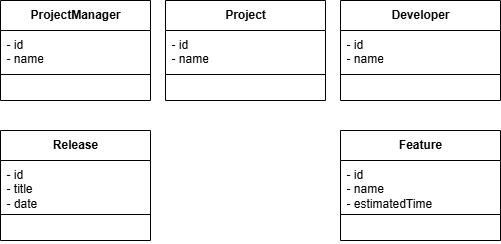
This is lab1/problem3.png from johnansa-miu/mpp, a draw.io export, as it was before one commit. Source tidied: cells renumbered, new cells last; positions are measured from the earlier drawing's top-left corner, leaving out a move shared by most shapes. Source of this version:
```xml
<mxGraphModel>
  <root>
    <mxCell id="0" />
    <mxCell id="1" parent="0" />
    <mxCell id="2" value="ProjectManager" style="swimlane;fontStyle=1;align=center;verticalAlign=top;horizontal=1;startSize=30;whiteSpace=wrap;html=1;" parent="1" vertex="1">
      <mxGeometry width="150" height="100" as="geometry" />
    </mxCell>
    <mxCell id="3" value="- id&amp;nbsp;&lt;div&gt;- name&lt;/div&gt;" style="text;strokeColor=none;fillColor=none;align=left;verticalAlign=top;spacingLeft=4;spacingRight=4;overflow=hidden;whiteSpace=wrap;html=1;" parent="2" vertex="1">
      <mxGeometry y="30" width="150" height="40" as="geometry" />
    </mxCell>
    <mxCell id="4" style="line;strokeWidth=1;fillColor=none;align=left;verticalAlign=middle;spacingTop=-1;spacingLeft=3;spacingRight=3;labelPosition=right;strokeColor=inherit;" parent="2" vertex="1">
      <mxGeometry y="70" width="150" height="8" as="geometry" />
    </mxCell>
    <mxCell id="5" value="&lt;br&gt;&lt;div&gt;&lt;br&gt;&lt;/div&gt;&lt;div&gt;&lt;br&gt;&lt;/div&gt;&lt;div&gt;&lt;br&gt;&lt;/div&gt;" style="text;strokeColor=none;fillColor=none;align=left;verticalAlign=top;spacingLeft=4;spacingRight=4;overflow=hidden;whiteSpace=wrap;html=1;" parent="2" vertex="1">
      <mxGeometry y="78" width="150" height="22" as="geometry" />
    </mxCell>
    <mxCell id="6" value="Project" style="swimlane;fontStyle=1;align=center;verticalAlign=top;horizontal=1;startSize=30;whiteSpace=wrap;html=1;" parent="1" vertex="1">
      <mxGeometry x="165" width="160" height="100" as="geometry" />
    </mxCell>
    <mxCell id="7" value="- id&amp;nbsp;&lt;div&gt;- name&lt;/div&gt;" style="text;strokeColor=none;fillColor=none;align=left;verticalAlign=top;spacingLeft=4;spacingRight=4;overflow=hidden;whiteSpace=wrap;html=1;" parent="6" vertex="1">
      <mxGeometry y="30" width="160" height="40" as="geometry" />
    </mxCell>
    <mxCell id="8" style="line;strokeWidth=1;fillColor=none;align=left;verticalAlign=middle;spacingTop=-1;spacingLeft=3;spacingRight=3;labelPosition=right;strokeColor=inherit;" parent="6" vertex="1">
      <mxGeometry y="70" width="160" height="8" as="geometry" />
    </mxCell>
    <mxCell id="9" value="&lt;br&gt;&lt;div&gt;&lt;br&gt;&lt;/div&gt;&lt;div&gt;&lt;br&gt;&lt;/div&gt;&lt;div&gt;&lt;br&gt;&lt;/div&gt;" style="text;strokeColor=none;fillColor=none;align=left;verticalAlign=top;spacingLeft=4;spacingRight=4;overflow=hidden;whiteSpace=wrap;html=1;" parent="6" vertex="1">
      <mxGeometry y="78" width="160" height="22" as="geometry" />
    </mxCell>
    <mxCell id="10" value="Release" style="swimlane;fontStyle=1;align=center;verticalAlign=top;horizontal=1;startSize=30;whiteSpace=wrap;html=1;" parent="1" vertex="1">
      <mxGeometry y="130" width="150" height="110" as="geometry" />
    </mxCell>
    <mxCell id="11" value="- id&amp;nbsp;&lt;div&gt;- title&lt;/div&gt;&lt;div&gt;&lt;span style=&quot;background-color: transparent; color: light-dark(rgb(0, 0, 0), rgb(255, 255, 255));&quot;&gt;- date&lt;/span&gt;&lt;/div&gt;" style="text;strokeColor=none;fillColor=none;align=left;verticalAlign=top;spacingLeft=4;spacingRight=4;overflow=hidden;whiteSpace=wrap;html=1;" parent="10" vertex="1">
      <mxGeometry y="30" width="150" height="50" as="geometry" />
    </mxCell>
    <mxCell id="12" style="line;strokeWidth=1;fillColor=none;align=left;verticalAlign=middle;spacingTop=-1;spacingLeft=3;spacingRight=3;labelPosition=right;strokeColor=inherit;" parent="10" vertex="1">
      <mxGeometry y="80" width="150" height="8" as="geometry" />
    </mxCell>
    <mxCell id="13" value="&lt;br&gt;&lt;div&gt;&lt;br&gt;&lt;/div&gt;&lt;div&gt;&lt;br&gt;&lt;/div&gt;&lt;div&gt;&lt;br&gt;&lt;/div&gt;" style="text;strokeColor=none;fillColor=none;align=left;verticalAlign=top;spacingLeft=4;spacingRight=4;overflow=hidden;whiteSpace=wrap;html=1;" parent="10" vertex="1">
      <mxGeometry y="88" width="150" height="22" as="geometry" />
    </mxCell>
    <mxCell id="14" value="Feature" style="swimlane;fontStyle=1;align=center;verticalAlign=top;horizontal=1;startSize=30;whiteSpace=wrap;html=1;" parent="1" vertex="1">
      <mxGeometry x="340" y="130" width="160" height="110" as="geometry" />
    </mxCell>
    <mxCell id="15" value="- id&amp;nbsp;&lt;div&gt;- name&lt;/div&gt;&lt;div&gt;&lt;span style=&quot;background-color: transparent; color: light-dark(rgb(0, 0, 0), rgb(255, 255, 255));&quot;&gt;- estimatedTime&lt;/span&gt;&lt;/div&gt;" style="text;strokeColor=none;fillColor=none;align=left;verticalAlign=top;spacingLeft=4;spacingRight=4;overflow=hidden;whiteSpace=wrap;html=1;" parent="14" vertex="1">
      <mxGeometry y="30" width="160" height="50" as="geometry" />
    </mxCell>
    <mxCell id="16" style="line;strokeWidth=1;fillColor=none;align=left;verticalAlign=middle;spacingTop=-1;spacingLeft=3;spacingRight=3;labelPosition=right;strokeColor=inherit;" parent="14" vertex="1">
      <mxGeometry y="80" width="160" height="8" as="geometry" />
    </mxCell>
    <mxCell id="17" value="&lt;br&gt;&lt;div&gt;&lt;br&gt;&lt;/div&gt;&lt;div&gt;&lt;br&gt;&lt;/div&gt;&lt;div&gt;&lt;br&gt;&lt;/div&gt;" style="text;strokeColor=none;fillColor=none;align=left;verticalAlign=top;spacingLeft=4;spacingRight=4;overflow=hidden;whiteSpace=wrap;html=1;" parent="14" vertex="1">
      <mxGeometry y="88" width="160" height="22" as="geometry" />
    </mxCell>
    <mxCell id="18" value="Developer" style="swimlane;fontStyle=1;align=center;verticalAlign=top;horizontal=1;startSize=30;whiteSpace=wrap;html=1;" parent="1" vertex="1">
      <mxGeometry x="340" width="160" height="100" as="geometry" />
    </mxCell>
    <mxCell id="19" value="- id&amp;nbsp;&lt;div&gt;- name&lt;/div&gt;" style="text;strokeColor=none;fillColor=none;align=left;verticalAlign=top;spacingLeft=4;spacingRight=4;overflow=hidden;whiteSpace=wrap;html=1;" parent="18" vertex="1">
      <mxGeometry y="30" width="160" height="40" as="geometry" />
    </mxCell>
    <mxCell id="20" style="line;strokeWidth=1;fillColor=none;align=left;verticalAlign=middle;spacingTop=-1;spacingLeft=3;spacingRight=3;labelPosition=right;strokeColor=inherit;" parent="18" vertex="1">
      <mxGeometry y="70" width="160" height="8" as="geometry" />
    </mxCell>
    <mxCell id="21" value="&lt;br&gt;&lt;div&gt;&lt;br&gt;&lt;/div&gt;&lt;div&gt;&lt;br&gt;&lt;/div&gt;&lt;div&gt;&lt;br&gt;&lt;/div&gt;" style="text;strokeColor=none;fillColor=none;align=left;verticalAlign=top;spacingLeft=4;spacingRight=4;overflow=hidden;whiteSpace=wrap;html=1;" parent="18" vertex="1">
      <mxGeometry y="78" width="160" height="22" as="geometry" />
    </mxCell>
  </root>
</mxGraphModel>
```
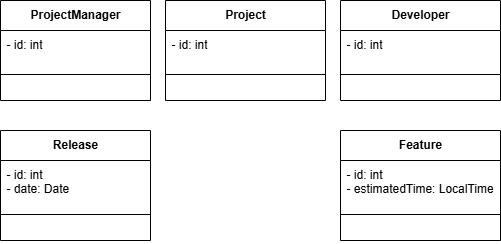
The same file after the commit.

Commit message:
Problem 4: Project Management System

Diff of the diagram source:
```diff
@@ -5,7 +5,7 @@
     <mxCell id="2" value="ProjectManager" style="swimlane;fontStyle=1;align=center;verticalAlign=top;horizontal=1;startSize=30;whiteSpace=wrap;html=1;" parent="1" vertex="1">
       <mxGeometry width="150" height="100" as="geometry" />
     </mxCell>
-    <mxCell id="3" value="- id&amp;nbsp;&lt;div&gt;- name&lt;/div&gt;" style="text;strokeColor=none;fillColor=none;align=left;verticalAlign=top;spacingLeft=4;spacingRight=4;overflow=hidden;whiteSpace=wrap;html=1;" parent="2" vertex="1">
+    <mxCell id="3" value="- id: int" style="text;strokeColor=none;fillColor=none;align=left;verticalAlign=top;spacingLeft=4;spacingRight=4;overflow=hidden;whiteSpace=wrap;html=1;" parent="2" vertex="1">
       <mxGeometry y="30" width="150" height="40" as="geometry" />
     </mxCell>
     <mxCell id="4" style="line;strokeWidth=1;fillColor=none;align=left;verticalAlign=middle;spacingTop=-1;spacingLeft=3;spacingRight=3;labelPosition=right;strokeColor=inherit;" parent="2" vertex="1">
@@ -17,7 +17,7 @@
     <mxCell id="6" value="Project" style="swimlane;fontStyle=1;align=center;verticalAlign=top;horizontal=1;startSize=30;whiteSpace=wrap;html=1;" parent="1" vertex="1">
       <mxGeometry x="165" width="160" height="100" as="geometry" />
     </mxCell>
-    <mxCell id="7" value="- id&amp;nbsp;&lt;div&gt;- name&lt;/div&gt;" style="text;strokeColor=none;fillColor=none;align=left;verticalAlign=top;spacingLeft=4;spacingRight=4;overflow=hidden;whiteSpace=wrap;html=1;" parent="6" vertex="1">
+    <mxCell id="7" value="- id: int" style="text;strokeColor=none;fillColor=none;align=left;verticalAlign=top;spacingLeft=4;spacingRight=4;overflow=hidden;whiteSpace=wrap;html=1;" parent="6" vertex="1">
       <mxGeometry y="30" width="160" height="40" as="geometry" />
     </mxCell>
     <mxCell id="8" style="line;strokeWidth=1;fillColor=none;align=left;verticalAlign=middle;spacingTop=-1;spacingLeft=3;spacingRight=3;labelPosition=right;strokeColor=inherit;" parent="6" vertex="1">
@@ -29,7 +29,7 @@
     <mxCell id="10" value="Release" style="swimlane;fontStyle=1;align=center;verticalAlign=top;horizontal=1;startSize=30;whiteSpace=wrap;html=1;" parent="1" vertex="1">
       <mxGeometry y="130" width="150" height="110" as="geometry" />
     </mxCell>
-    <mxCell id="11" value="- id&amp;nbsp;&lt;div&gt;- title&lt;/div&gt;&lt;div&gt;&lt;span style=&quot;background-color: transparent; color: light-dark(rgb(0, 0, 0), rgb(255, 255, 255));&quot;&gt;- date&lt;/span&gt;&lt;/div&gt;" style="text;strokeColor=none;fillColor=none;align=left;verticalAlign=top;spacingLeft=4;spacingRight=4;overflow=hidden;whiteSpace=wrap;html=1;" parent="10" vertex="1">
+    <mxCell id="11" value="- id: int&lt;div&gt;&lt;span style=&quot;background-color: transparent; color: light-dark(rgb(0, 0, 0), rgb(255, 255, 255));&quot;&gt;- date: Date&lt;/span&gt;&lt;/div&gt;" style="text;strokeColor=none;fillColor=none;align=left;verticalAlign=top;spacingLeft=4;spacingRight=4;overflow=hidden;whiteSpace=wrap;html=1;" parent="10" vertex="1">
       <mxGeometry y="30" width="150" height="50" as="geometry" />
     </mxCell>
     <mxCell id="12" style="line;strokeWidth=1;fillColor=none;align=left;verticalAlign=middle;spacingTop=-1;spacingLeft=3;spacingRight=3;labelPosition=right;strokeColor=inherit;" parent="10" vertex="1">
@@ -41,7 +41,7 @@
     <mxCell id="14" value="Feature" style="swimlane;fontStyle=1;align=center;verticalAlign=top;horizontal=1;startSize=30;whiteSpace=wrap;html=1;" parent="1" vertex="1">
       <mxGeometry x="340" y="130" width="160" height="110" as="geometry" />
     </mxCell>
-    <mxCell id="15" value="- id&amp;nbsp;&lt;div&gt;- name&lt;/div&gt;&lt;div&gt;&lt;span style=&quot;background-color: transparent; color: light-dark(rgb(0, 0, 0), rgb(255, 255, 255));&quot;&gt;- estimatedTime&lt;/span&gt;&lt;/div&gt;" style="text;strokeColor=none;fillColor=none;align=left;verticalAlign=top;spacingLeft=4;spacingRight=4;overflow=hidden;whiteSpace=wrap;html=1;" parent="14" vertex="1">
+    <mxCell id="15" value="- id: int&lt;div&gt;&lt;span style=&quot;background-color: transparent; color: light-dark(rgb(0, 0, 0), rgb(255, 255, 255));&quot;&gt;- estimatedTime: LocalTime&lt;/span&gt;&lt;/div&gt;" style="text;strokeColor=none;fillColor=none;align=left;verticalAlign=top;spacingLeft=4;spacingRight=4;overflow=hidden;whiteSpace=wrap;html=1;" parent="14" vertex="1">
       <mxGeometry y="30" width="160" height="50" as="geometry" />
     </mxCell>
     <mxCell id="16" style="line;strokeWidth=1;fillColor=none;align=left;verticalAlign=middle;spacingTop=-1;spacingLeft=3;spacingRight=3;labelPosition=right;strokeColor=inherit;" parent="14" vertex="1">
@@ -53,7 +53,7 @@
     <mxCell id="18" value="Developer" style="swimlane;fontStyle=1;align=center;verticalAlign=top;horizontal=1;startSize=30;whiteSpace=wrap;html=1;" parent="1" vertex="1">
       <mxGeometry x="340" width="160" height="100" as="geometry" />
     </mxCell>
-    <mxCell id="19" value="- id&amp;nbsp;&lt;div&gt;- name&lt;/div&gt;" style="text;strokeColor=none;fillColor=none;align=left;verticalAlign=top;spacingLeft=4;spacingRight=4;overflow=hidden;whiteSpace=wrap;html=1;" parent="18" vertex="1">
+    <mxCell id="19" value="- id: int" style="text;strokeColor=none;fillColor=none;align=left;verticalAlign=top;spacingLeft=4;spacingRight=4;overflow=hidden;whiteSpace=wrap;html=1;" parent="18" vertex="1">
       <mxGeometry y="30" width="160" height="40" as="geometry" />
     </mxCell>
     <mxCell id="20" style="line;strokeWidth=1;fillColor=none;align=left;verticalAlign=middle;spacingTop=-1;spacingLeft=3;spacingRight=3;labelPosition=right;strokeColor=inherit;" parent="18" vertex="1">
```
